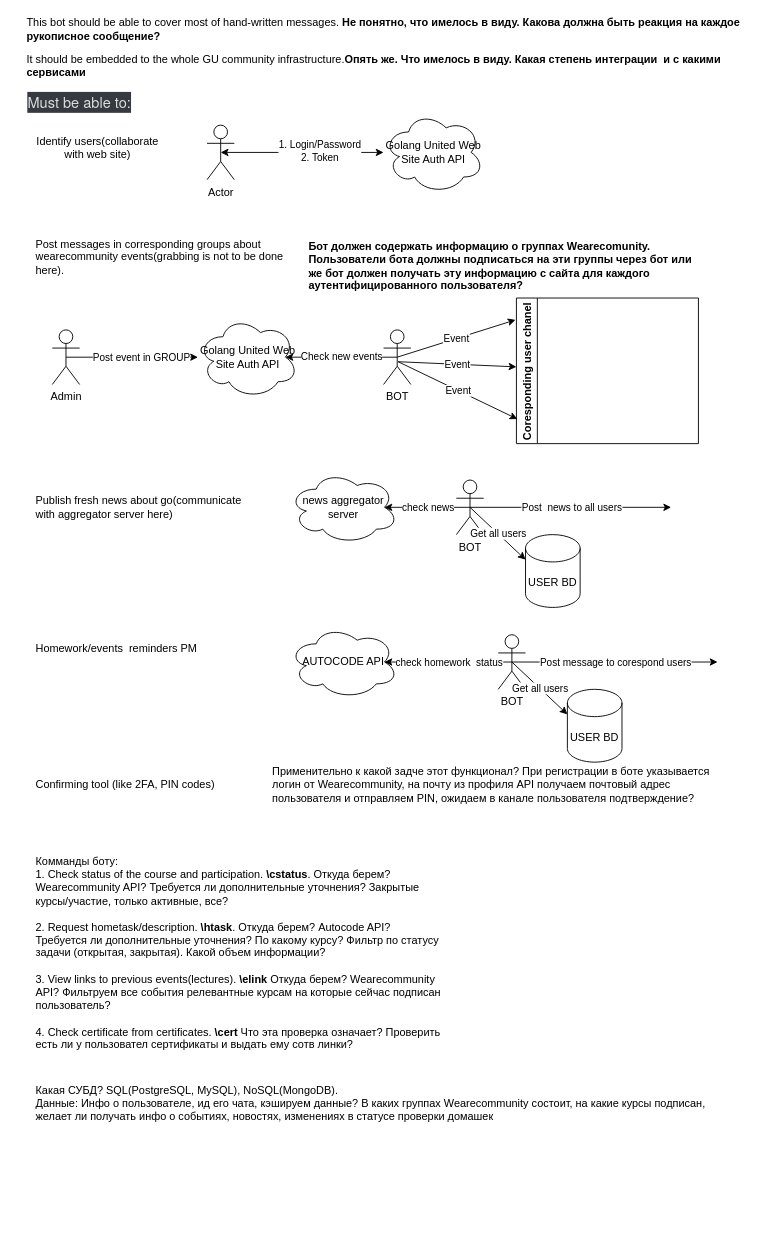
The draw.io diagram doc/GU_Bot.drawio in IgorTkachuk/GU_Bot, before the edit. Source tidied: cells renumbered, new cells numbered last; positions are measured from the earlier drawing's top-left corner, leaving out a move shared by most shapes. Both pictures are drawn from the tidied source at 91%, with x=0, y=0 at pixel (15, 15).
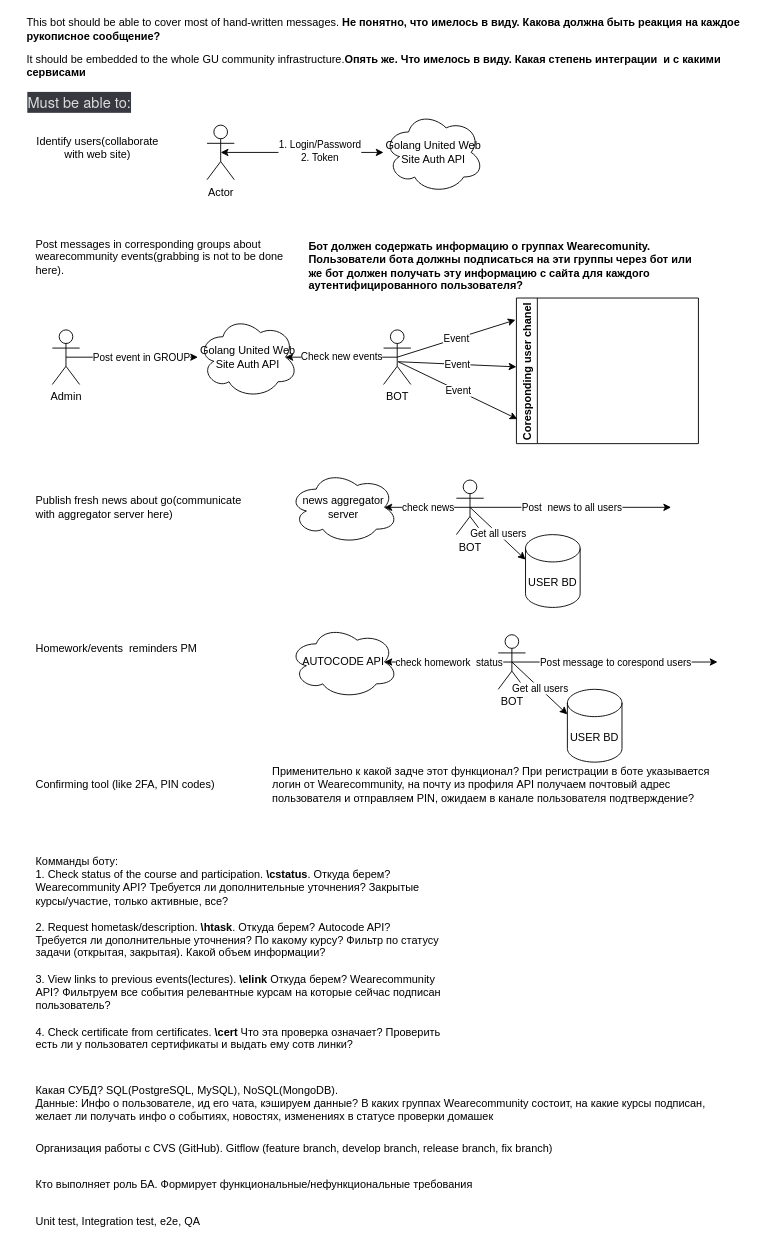
The same page after the edit.

The edit, as a diff of the source:
```diff
@@
+    <mxCell id="49" value="Организация работы с CVS (GitHub). Gitflow (feature branch, develop branch, release branch, fix branch)" style="text;html=1;strokeColor=none;fillColor=none;align=left;verticalAlign=middle;whiteSpace=wrap;rounded=0;" parent="1" vertex="1">
+      <mxGeometry x="20" y="1230" width="760" height="30" as="geometry" />
+    </mxCell>
+    <mxCell id="50" value="Кто выполняет роль БА. Формирует функциональные/нефункциональные требования" style="text;html=1;strokeColor=none;fillColor=none;align=left;verticalAlign=middle;whiteSpace=wrap;rounded=0;" parent="1" vertex="1">
+      <mxGeometry x="20" y="1270" width="710" height="30" as="geometry" />
+    </mxCell>
+    <mxCell id="51" value="Unit test, Integration test, e2e, QA" style="text;html=1;strokeColor=none;fillColor=none;align=left;verticalAlign=middle;whiteSpace=wrap;rounded=0;" parent="1" vertex="1">
+      <mxGeometry x="20" y="1310" width="210" height="30" as="geometry" />
+    </mxCell>
```
